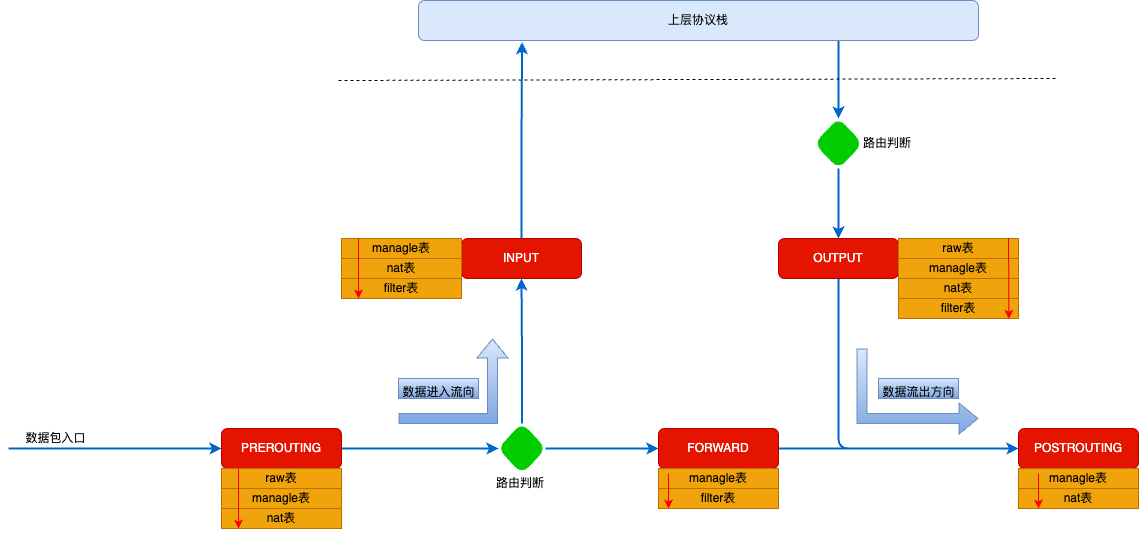
The draw.io diagram diagrams/iptables-traffic-flow.drawio.png in kbsonlong/notes_statics, before a commit. Source tidied: cells renumbered, new cells last; positions are measured from the earlier drawing's top-left corner, leaving out a move shared by most shapes.
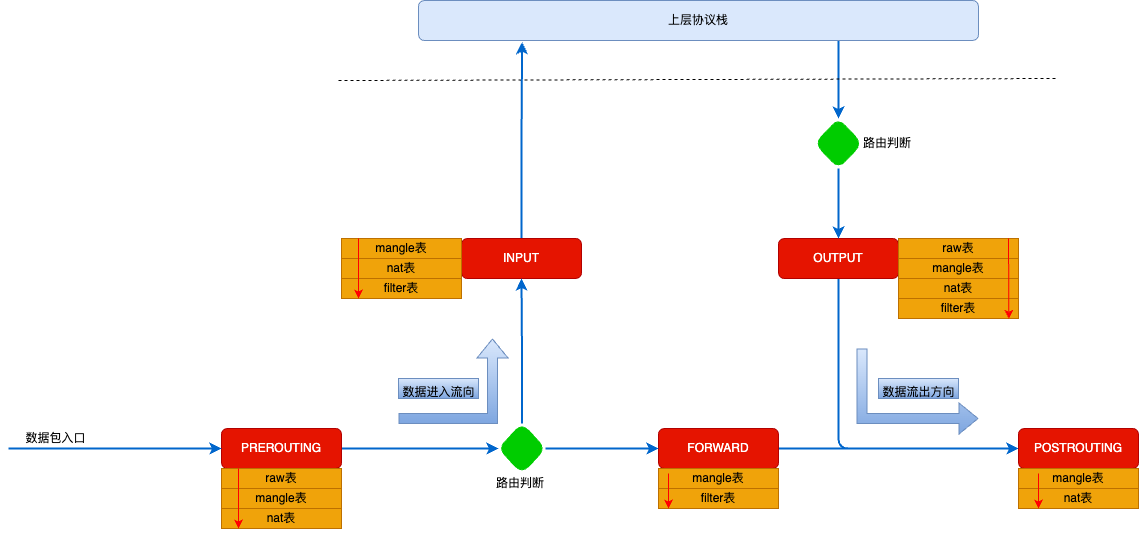
After the commit.

Change to the diagram source:
```diff
@@ -23,7 +23,7 @@
     <mxCell id="7" value="raw表" style="rounded=0;whiteSpace=wrap;html=1;fontColor=#000000;fillColor=#f0a30a;strokeColor=#BD7000;" parent="1" vertex="1">
       <mxGeometry x="213" y="468" width="120" height="20" as="geometry" />
     </mxCell>
-    <mxCell id="8" value="managle表" style="rounded=0;whiteSpace=wrap;html=1;fontColor=#000000;fillColor=#f0a30a;strokeColor=#BD7000;" parent="1" vertex="1">
+    <mxCell id="8" value="mangle表" style="rounded=0;whiteSpace=wrap;html=1;fontColor=#000000;fillColor=#f0a30a;strokeColor=#BD7000;" parent="1" vertex="1">
       <mxGeometry x="213" y="488" width="120" height="20" as="geometry" />
     </mxCell>
     <mxCell id="9" value="nat表" style="rounded=0;whiteSpace=wrap;html=1;fontColor=#000000;fillColor=#f0a30a;strokeColor=#BD7000;" parent="1" vertex="1">
@@ -35,7 +35,7 @@
     <mxCell id="11" value="INPUT" style="rounded=1;whiteSpace=wrap;html=1;fillColor=#e51400;fontColor=#ffffff;strokeColor=#B20000;" parent="1" vertex="1">
       <mxGeometry x="453" y="238" width="120" height="40" as="geometry" />
     </mxCell>
-    <mxCell id="12" value="managle表" style="rounded=0;whiteSpace=wrap;html=1;fontColor=#000000;fillColor=#f0a30a;strokeColor=#BD7000;" parent="1" vertex="1">
+    <mxCell id="12" value="mangle表" style="rounded=0;whiteSpace=wrap;html=1;fontColor=#000000;fillColor=#f0a30a;strokeColor=#BD7000;" parent="1" vertex="1">
       <mxGeometry x="333" y="238" width="120" height="20" as="geometry" />
     </mxCell>
     <mxCell id="13" value="nat表" style="rounded=0;whiteSpace=wrap;html=1;fontColor=#000000;fillColor=#f0a30a;strokeColor=#BD7000;" parent="1" vertex="1">
@@ -53,7 +53,7 @@
     <mxCell id="17" value="raw表" style="rounded=0;whiteSpace=wrap;html=1;fontColor=#000000;fillColor=#f0a30a;strokeColor=#BD7000;" parent="1" vertex="1">
       <mxGeometry x="890" y="238" width="120" height="20" as="geometry" />
     </mxCell>
-    <mxCell id="18" value="managle表" style="rounded=0;whiteSpace=wrap;html=1;fontColor=#000000;fillColor=#f0a30a;strokeColor=#BD7000;" parent="1" vertex="1">
+    <mxCell id="18" value="mangle表" style="rounded=0;whiteSpace=wrap;html=1;fontColor=#000000;fillColor=#f0a30a;strokeColor=#BD7000;" parent="1" vertex="1">
       <mxGeometry x="890" y="258" width="120" height="20" as="geometry" />
     </mxCell>
     <mxCell id="19" value="nat表" style="rounded=0;whiteSpace=wrap;html=1;fontColor=#000000;fillColor=#f0a30a;strokeColor=#BD7000;" parent="1" vertex="1">
@@ -68,7 +68,7 @@
     <mxCell id="22" value="FORWARD" style="rounded=1;whiteSpace=wrap;html=1;fillColor=#e51400;fontColor=#ffffff;strokeColor=#B20000;" parent="1" vertex="1">
       <mxGeometry x="650" y="428" width="120" height="40" as="geometry" />
     </mxCell>
-    <mxCell id="23" value="managle表" style="rounded=0;whiteSpace=wrap;html=1;fontColor=#000000;fillColor=#f0a30a;strokeColor=#BD7000;" parent="1" vertex="1">
+    <mxCell id="23" value="mangle表" style="rounded=0;whiteSpace=wrap;html=1;fontColor=#000000;fillColor=#f0a30a;strokeColor=#BD7000;" parent="1" vertex="1">
       <mxGeometry x="650" y="468" width="120" height="20" as="geometry" />
     </mxCell>
     <mxCell id="24" value="filter表" style="rounded=0;whiteSpace=wrap;html=1;fontColor=#000000;fillColor=#f0a30a;strokeColor=#BD7000;" parent="1" vertex="1">
@@ -77,7 +77,7 @@
     <mxCell id="25" value="POSTROUTING" style="rounded=1;whiteSpace=wrap;html=1;fillColor=#e51400;fontColor=#ffffff;strokeColor=#B20000;" parent="1" vertex="1">
       <mxGeometry x="1010" y="428" width="120" height="40" as="geometry" />
     </mxCell>
-    <mxCell id="26" value="managle表" style="rounded=0;whiteSpace=wrap;html=1;fontColor=#000000;fillColor=#f0a30a;strokeColor=#BD7000;" parent="1" vertex="1">
+    <mxCell id="26" value="mangle表" style="rounded=0;whiteSpace=wrap;html=1;fontColor=#000000;fillColor=#f0a30a;strokeColor=#BD7000;" parent="1" vertex="1">
       <mxGeometry x="1010" y="468" width="120" height="20" as="geometry" />
     </mxCell>
     <mxCell id="27" value="nat表" style="rounded=0;whiteSpace=wrap;html=1;fontColor=#000000;fillColor=#f0a30a;strokeColor=#BD7000;" parent="1" vertex="1">
```
